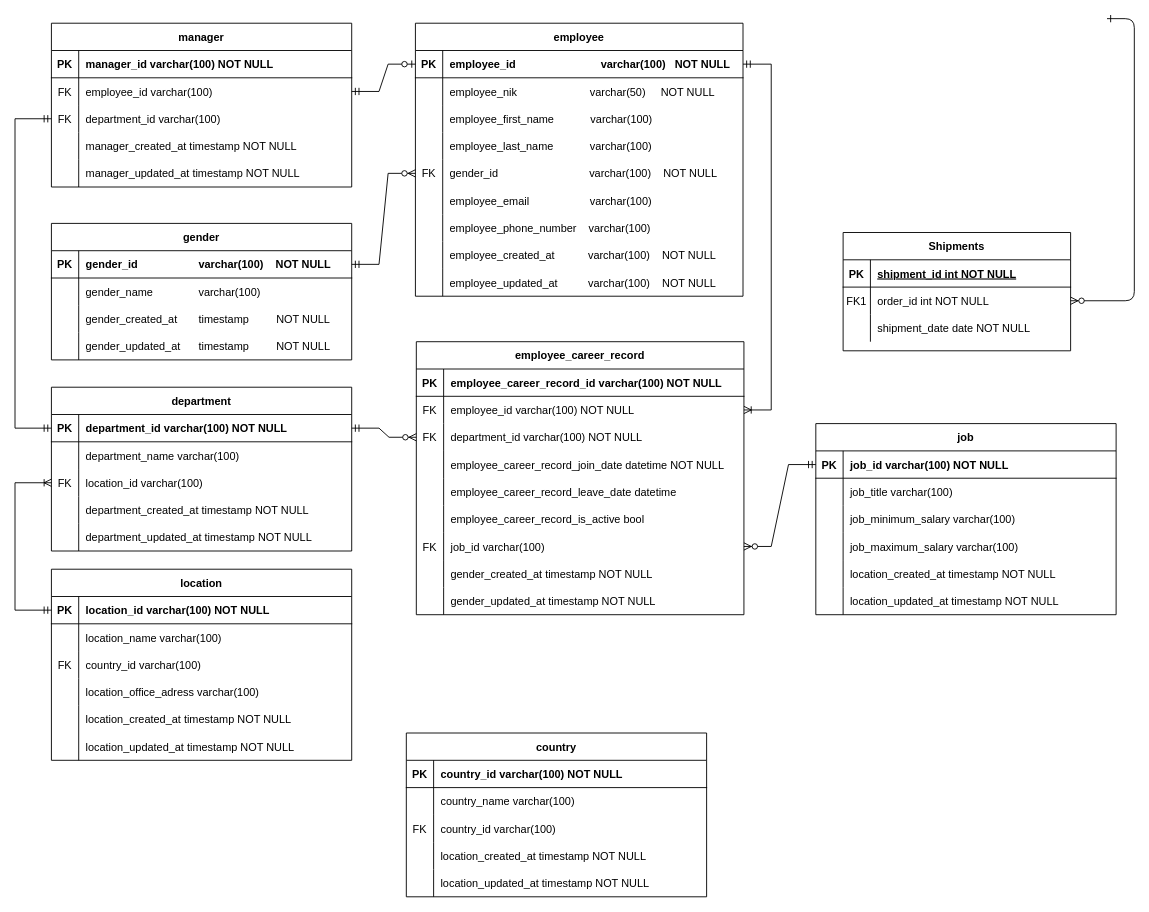
This is pre-test-HRIS.drawio from azmiadhani/diagramsnet, a draw.io file, before an edit. Source tidied: cells renumbered, new cells numbered last; positions are measured from the earlier drawing's top-left corner, leaving out a move shared by most shapes. Both pictures are drawn from the tidied source at 91%, with x=0, y=0 at pixel (15, 18).
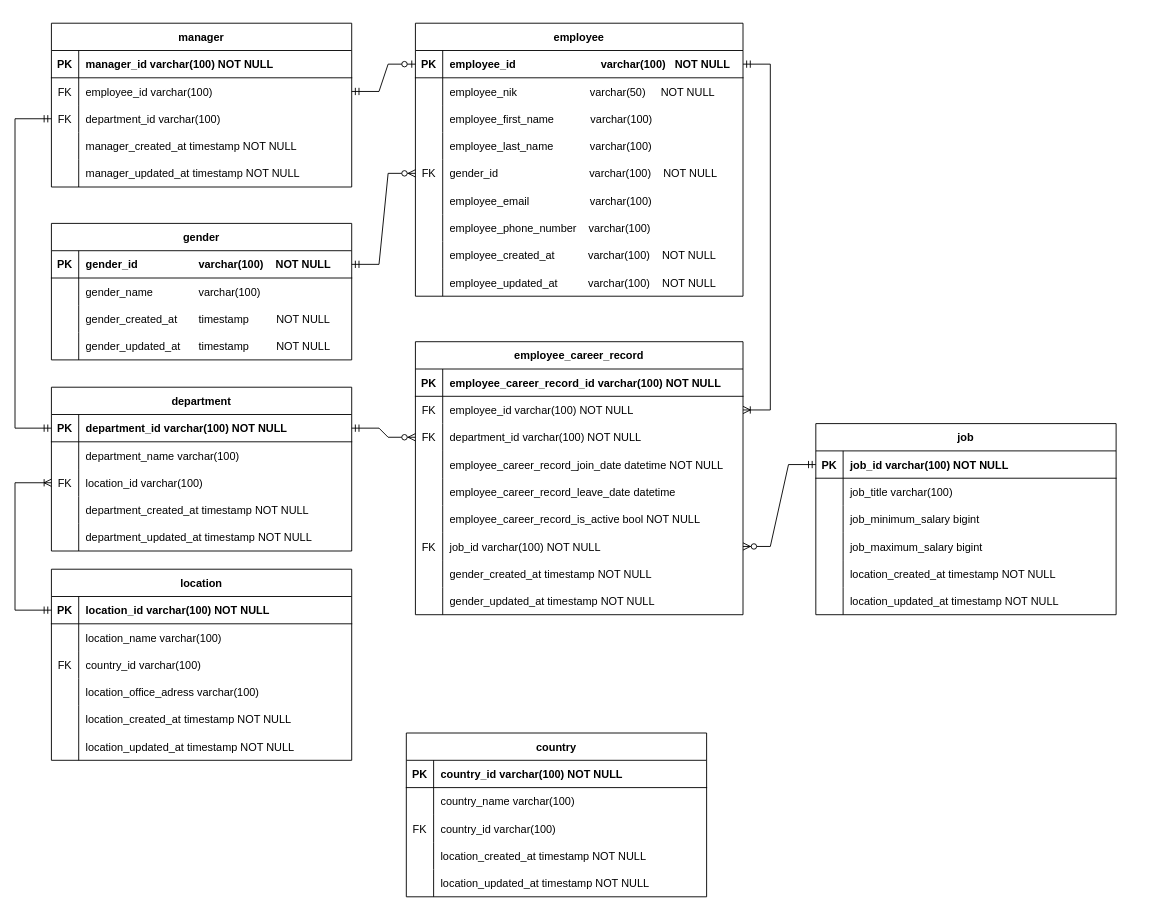
The same diagram, later.

The change refers to these unchanged cells:
```xml
<mxCell id="103" style="shape=partialRectangle;fillColor=none;top=0;left=0;right=0;bottom=0;" parent="87" vertex="1">
  <mxGeometry y="180" width="360" height="30" as="geometry" />
</mxCell>
<mxCell id="106" style="shape=partialRectangle;fillColor=none;points=[[0,0.5],[1,0.5]];portConstraint=eastwest;top=0;left=0;right=0;bottom=0;" parent="87" vertex="1">
  <mxGeometry y="210" width="360" height="30" as="geometry" />
</mxCell>
<mxCell id="162" style="shape=partialRectangle;fillColor=none;top=0;left=0;right=0;bottom=0;" parent="155" vertex="1">
  <mxGeometry y="90" width="330" height="30" as="geometry" />
</mxCell>
<mxCell id="165" style="shape=partialRectangle;fillColor=none;top=0;left=0;right=0;bottom=0;" parent="155" vertex="1">
  <mxGeometry y="120" width="330" height="30" as="geometry" />
</mxCell>
```

What changed in the source:
```diff
@@
-    <mxCell id="2" style="edgeStyle=entityRelationEdgeStyle;endArrow=ERzeroToMany;startArrow=ERone;endFill=1;startFill=0;" parent="1" edge="1" target="7">
-      <mxGeometry relative="1" as="geometry">
-        <mxPoint x="1200" as="sourcePoint" />
-      </mxGeometry>
-    </mxCell>
-    <mxCell id="3" value="Shipments" style="shape=table;startSize=30;childLayout=tableLayout;rowLines=0;fontStyle=1;align=center;" parent="1" vertex="1">
-      <mxGeometry x="910" y="235" width="250" height="130" as="geometry" />
-    </mxCell>
-    <mxCell id="4" style="shape=partialRectangle;fillColor=none;top=0;left=0;right=0;bottom=1;" parent="3" vertex="1">
-      <mxGeometry y="30" width="250" height="30" as="geometry" />
-    </mxCell>
-    <mxCell id="5" value="PK" style="shape=partialRectangle;overflow=hidden;fillColor=none;top=0;left=0;bottom=0;right=0;fontStyle=1;" parent="4" vertex="1">
-      <mxGeometry width="30" height="30" as="geometry" />
-    </mxCell>
-    <mxCell id="6" value="shipment_id int NOT NULL " style="shape=partialRectangle;overflow=hidden;fillColor=none;top=0;left=0;bottom=0;right=0;align=left;spacingLeft=6;fontStyle=5;" parent="4" vertex="1">
-      <mxGeometry x="30" width="220" height="30" as="geometry" />
-    </mxCell>
-    <mxCell id="7" style="shape=partialRectangle;fillColor=none;points=[[0,0.5],[1,0.5]];portConstraint=eastwest;top=0;left=0;right=0;bottom=0;" parent="3" vertex="1">
-      <mxGeometry y="60" width="250" height="30" as="geometry" />
-    </mxCell>
-    <mxCell id="8" value="FK1" style="shape=partialRectangle;overflow=hidden;fillColor=none;top=0;left=0;bottom=0;right=0;" parent="7" vertex="1">
-      <mxGeometry width="30" height="30" as="geometry" />
-    </mxCell>
-    <mxCell id="9" value="order_id int NOT NULL" style="shape=partialRectangle;overflow=hidden;fillColor=none;top=0;left=0;bottom=0;right=0;align=left;spacingLeft=6;" parent="7" vertex="1">
-      <mxGeometry x="30" width="220" height="30" as="geometry" />
-    </mxCell>
-    <mxCell id="10" style="shape=partialRectangle;fillColor=none;top=0;left=0;right=0;bottom=0;" parent="3" vertex="1">
-      <mxGeometry y="90" width="250" height="30" as="geometry" />
-    </mxCell>
-    <mxCell id="11" style="shape=partialRectangle;overflow=hidden;fillColor=none;top=0;left=0;bottom=0;right=0;" parent="10" vertex="1">
-      <mxGeometry width="30" height="30" as="geometry" />
-    </mxCell>
-    <mxCell id="12" value="shipment_date date NOT NULL" style="shape=partialRectangle;overflow=hidden;fillColor=none;top=0;left=0;bottom=0;right=0;align=left;spacingLeft=6;" parent="10" vertex="1">
-      <mxGeometry x="30" width="220" height="30" as="geometry" />
-    </mxCell>
@@
     <mxCell id="87" value="employee_career_record" style="shape=table;startSize=30;childLayout=tableLayout;rowLines=0;fontStyle=1;align=center;" parent="1" vertex="1">
-      <mxGeometry x="441" y="355" width="360" height="300" as="geometry" />
+      <mxGeometry x="440" y="355" width="360" height="300" as="geometry" />
     </mxCell>
@@
-    <mxCell id="105" value="employee_career_record_is_active bool" style="shape=partialRectangle;overflow=hidden;fillColor=none;top=0;left=0;bottom=0;right=0;align=left;spacingLeft=6;" parent="103" vertex="1">
+    <mxCell id="105" value="employee_career_record_is_active bool NOT NULL" style="shape=partialRectangle;overflow=hidden;fillColor=none;top=0;left=0;bottom=0;right=0;align=left;spacingLeft=6;" parent="103" vertex="1">
       <mxGeometry x="30" width="330" height="30" as="geometry" />
     </mxCell>
@@
-    <mxCell id="108" value="job_id varchar(100)" style="shape=partialRectangle;overflow=hidden;fillColor=none;top=0;left=0;bottom=0;right=0;align=left;spacingLeft=6;" parent="106" vertex="1">
+    <mxCell id="108" value="job_id varchar(100) NOT NULL" style="shape=partialRectangle;overflow=hidden;fillColor=none;top=0;left=0;bottom=0;right=0;align=left;spacingLeft=6;" parent="106" vertex="1">
       <mxGeometry x="30" width="330" height="30" as="geometry" />
     </mxCell>
@@
-    <mxCell id="164" value="job_minimum_salary varchar(100)" style="shape=partialRectangle;overflow=hidden;fillColor=none;top=0;left=0;bottom=0;right=0;align=left;spacingLeft=6;" parent="162" vertex="1">
+    <mxCell id="164" value="job_minimum_salary bigint" style="shape=partialRectangle;overflow=hidden;fillColor=none;top=0;left=0;bottom=0;right=0;align=left;spacingLeft=6;" parent="162" vertex="1">
       <mxGeometry x="30" width="300" height="30" as="geometry" />
     </mxCell>
@@
-    <mxCell id="167" value="job_maximum_salary varchar(100)" style="shape=partialRectangle;overflow=hidden;fillColor=none;top=0;left=0;bottom=0;right=0;align=left;spacingLeft=6;" parent="165" vertex="1">
+    <mxCell id="167" value="job_maximum_salary bigint" style="shape=partialRectangle;overflow=hidden;fillColor=none;top=0;left=0;bottom=0;right=0;align=left;spacingLeft=6;" parent="165" vertex="1">
       <mxGeometry x="30" width="300" height="30" as="geometry" />
     </mxCell>
```
